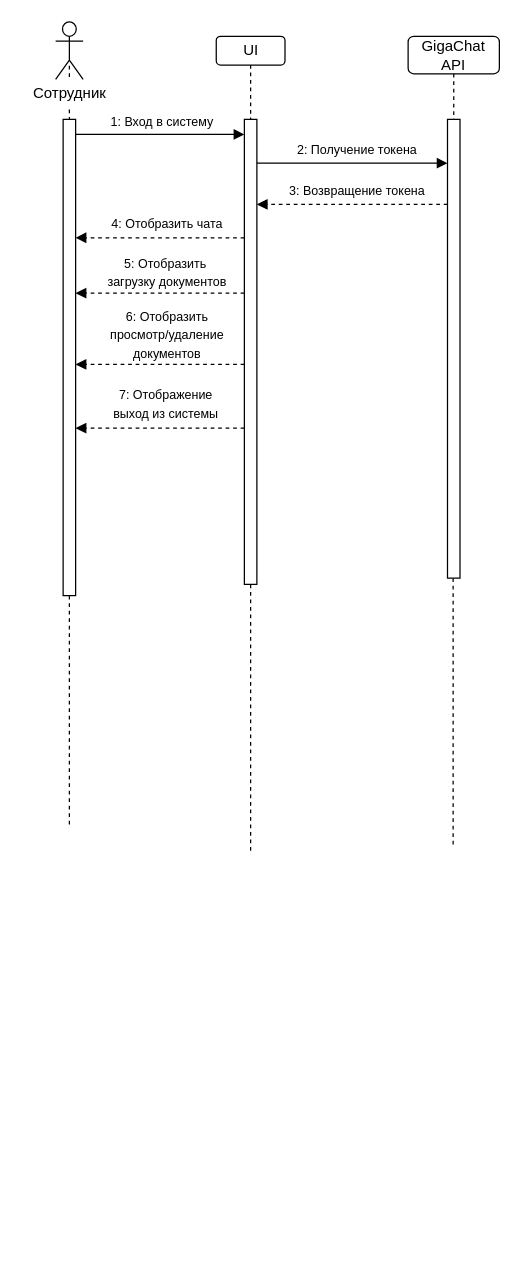
The draw.io diagram page "последовательности" (2 of 2) of 4 FOURTH COURSE/Semester 8/Диплом/Диаграмма без названия.drawio in egorbeckish/Baccalaureate, before the edit. Source tidied: cells renumbered, new cells numbered last; positions are measured from the earlier drawing's top-left corner, leaving out a move shared by most shapes. Both pictures are drawn from the tidied source at 125%, with x=0, y=0 at pixel (21, 21).
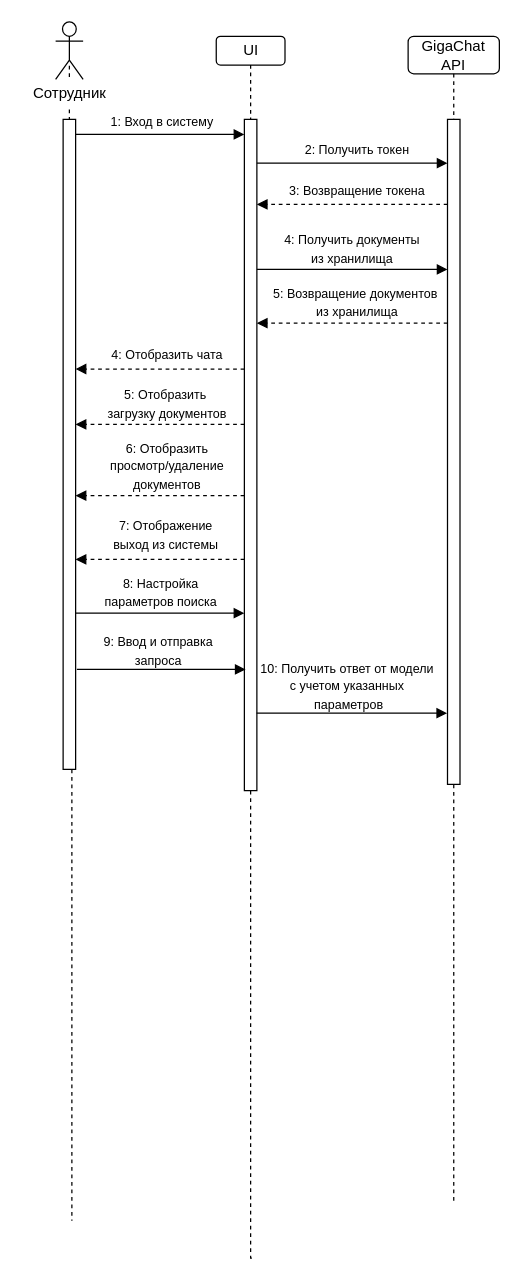
Above is the later version.

The edit, as a diff of the source:
```diff
@@
     <mxCell id="4" style="edgeStyle=orthogonalEdgeStyle;rounded=0;jettySize=auto;html=1;dashed=1;endArrow=none;startFill=0;" parent="1" edge="1" source="11">
       <mxGeometry relative="1" as="geometry">
-        <mxPoint x="38" y="643" as="targetPoint" />
+        <mxPoint x="40" y="959" as="targetPoint" />
         <Array as="points">
-          <mxPoint x="38" y="326" />
-          <mxPoint x="39" y="326" />
-          <mxPoint x="39" y="490" />
+          <mxPoint x="40" y="672" />
+          <mxPoint x="40" y="672" />
         </Array>
       </mxGeometry>
     </mxCell>
@@
     <mxCell id="6" style="edgeStyle=orthogonalEdgeStyle;rounded=0;jettySize=auto;html=1;dashed=1;endArrow=none;startFill=0;" parent="1" edge="1" source="13">
       <mxGeometry relative="1" as="geometry">
-        <mxPoint x="183" y="665" as="targetPoint" />
+        <mxPoint x="186" y="989" as="targetPoint" />
         <Array as="points">
           <mxPoint x="183" y="514" />
         </Array>
       </mxGeometry>
     </mxCell>
@@
     <mxCell id="8" style="edgeStyle=orthogonalEdgeStyle;rounded=0;jettySize=auto;html=1;endArrow=none;startFill=0;dashed=1;" parent="1" edge="1" source="15">
       <mxGeometry relative="1" as="geometry">
-        <mxPoint x="345" y="660" as="targetPoint" />
+        <mxPoint x="347" y="943" as="targetPoint" />
         <Array as="points">
           <mxPoint x="345" y="482" />
         </Array>
       </mxGeometry>
     </mxCell>
@@
     <mxCell id="11" style="html=1;points=[[0,0,0,0,5],[0,1,0,0,-5],[1,0,0,0,5],[1,1,0,0,-5]];perimeter=orthogonalPerimeter;outlineConnect=0;targetShapes=umlLifeline;portConstraint=eastwest;newEdgeStyle={&quot;curved&quot;:0,&quot;rounded&quot;:0};" parent="1" vertex="1">
-      <mxGeometry x="33" y="78" width="10" height="381" as="geometry" />
+      <mxGeometry x="33" y="78" width="10" height="520" as="geometry" />
     </mxCell>
@@
     <mxCell id="13" style="html=1;points=[[0,0,0,0,5],[0,1,0,0,-5],[1,0,0,0,5],[1,1,0,0,-5]];perimeter=orthogonalPerimeter;outlineConnect=0;targetShapes=umlLifeline;portConstraint=eastwest;newEdgeStyle={&quot;curved&quot;:0,&quot;rounded&quot;:0};" parent="1" vertex="1">
-      <mxGeometry x="178" y="78" width="10" height="372" as="geometry" />
+      <mxGeometry x="178" y="78" width="10" height="537" as="geometry" />
     </mxCell>
@@
     <mxCell id="15" style="html=1;points=[[0,0,0,0,5],[0,1,0,0,-5],[1,0,0,0,5],[1,1,0,0,-5]];perimeter=orthogonalPerimeter;outlineConnect=0;targetShapes=umlLifeline;portConstraint=eastwest;newEdgeStyle={&quot;curved&quot;:0,&quot;rounded&quot;:0};" parent="1" vertex="1">
-      <mxGeometry x="340.5" y="78" width="10" height="367" as="geometry" />
+      <mxGeometry x="340.5" y="78" width="10" height="532" as="geometry" />
     </mxCell>
@@
-    <mxCell id="21" value="&lt;font style=&quot;font-size: 10px;&quot;&gt;2: Получение токена&lt;/font&gt;" style="text;html=1;align=center;verticalAlign=middle;strokeColor=none;fillColor=none;" parent="1" vertex="1">
-      <mxGeometry x="210.5" y="89" width="114" height="26" as="geometry" />
+    <mxCell id="21" value="&lt;font style=&quot;font-size: 10px;&quot;&gt;2: Получить токен&lt;/font&gt;" style="text;html=1;align=center;verticalAlign=middle;strokeColor=none;fillColor=none;" parent="1" vertex="1">
+      <mxGeometry x="217.5" y="89" width="101" height="26" as="geometry" />
     </mxCell>
     <mxCell id="22" style="endArrow=block;html=1;rounded=0;endFill=1;dashed=1;entryX=1;entryY=0.351;entryDx=0;entryDy=0;entryPerimeter=0;" parent="1" edge="1">
       <mxGeometry relative="1" as="geometry">
-        <mxPoint x="178" y="172.7" as="sourcePoint" />
-        <mxPoint x="43" y="172.7" as="targetPoint" />
+        <mxPoint x="178" y="277.7" as="sourcePoint" />
+        <mxPoint x="43" y="277.7" as="targetPoint" />
       </mxGeometry>
     </mxCell>
     <mxCell id="23" value="&lt;font style=&quot;font-size: 10px;&quot;&gt;4: Отобразить чата&lt;/font&gt;" style="text;html=1;align=center;verticalAlign=middle;strokeColor=none;fillColor=none;" parent="1" vertex="1">
-      <mxGeometry x="62" y="148" width="107" height="26" as="geometry" />
+      <mxGeometry x="62" y="253" width="107" height="26" as="geometry" />
     </mxCell>
     <mxCell id="24" style="endArrow=block;html=1;rounded=0;endFill=1;dashed=1;entryX=1;entryY=0.351;entryDx=0;entryDy=0;entryPerimeter=0;" parent="1" edge="1">
       <mxGeometry relative="1" as="geometry">
-        <mxPoint x="178" y="217" as="sourcePoint" />
-        <mxPoint x="43" y="217" as="targetPoint" />
+        <mxPoint x="178" y="322" as="sourcePoint" />
+        <mxPoint x="43" y="322" as="targetPoint" />
       </mxGeometry>
     </mxCell>
     <mxCell id="25" value="&lt;font style=&quot;font-size: 10px;&quot;&gt;5: Отобразить&amp;nbsp;&lt;/font&gt;&lt;div&gt;&lt;font style=&quot;font-size: 10px;&quot;&gt;загрузку документов&lt;/font&gt;&lt;/div&gt;" style="text;html=1;align=center;verticalAlign=middle;strokeColor=none;fillColor=none;" parent="1" vertex="1">
-      <mxGeometry x="59" y="179" width="113" height="41" as="geometry" />
+      <mxGeometry x="59" y="284" width="113" height="41" as="geometry" />
     </mxCell>
     <mxCell id="26" style="endArrow=block;html=1;rounded=0;endFill=1;dashed=1;entryX=1;entryY=0.351;entryDx=0;entryDy=0;entryPerimeter=0;" parent="1" edge="1">
       <mxGeometry relative="1" as="geometry">
-        <mxPoint x="178" y="274" as="sourcePoint" />
-        <mxPoint x="43" y="274" as="targetPoint" />
+        <mxPoint x="178" y="379" as="sourcePoint" />
+        <mxPoint x="43" y="379" as="targetPoint" />
       </mxGeometry>
     </mxCell>
     <mxCell id="27" value="&lt;font style=&quot;font-size: 10px;&quot;&gt;6: Отобразить&lt;/font&gt;&lt;div&gt;&lt;font style=&quot;font-size: 10px;&quot;&gt;просмотр/удаление&lt;/font&gt;&lt;/div&gt;&lt;div&gt;&lt;font style=&quot;font-size: 10px;&quot;&gt;документов&lt;/font&gt;&lt;/div&gt;" style="text;html=1;align=center;verticalAlign=middle;strokeColor=none;fillColor=none;" parent="1" vertex="1">
-      <mxGeometry x="61" y="222" width="109" height="55" as="geometry" />
+      <mxGeometry x="61" y="327" width="109" height="55" as="geometry" />
     </mxCell>
     <mxCell id="28" style="endArrow=block;html=1;rounded=0;endFill=1;dashed=1;entryX=1;entryY=0.351;entryDx=0;entryDy=0;entryPerimeter=0;" parent="1" edge="1">
       <mxGeometry relative="1" as="geometry">
-        <mxPoint x="178" y="325" as="sourcePoint" />
-        <mxPoint x="43" y="325" as="targetPoint" />
+        <mxPoint x="178" y="430" as="sourcePoint" />
+        <mxPoint x="43" y="430" as="targetPoint" />
       </mxGeometry>
     </mxCell>
     <mxCell id="29" value="&lt;font style=&quot;font-size: 10px;&quot;&gt;7: Отображение&lt;/font&gt;&lt;div&gt;&lt;font style=&quot;font-size: 10px;&quot;&gt;выход из системы&lt;/font&gt;&lt;/div&gt;" style="text;html=1;align=center;verticalAlign=middle;strokeColor=none;fillColor=none;" parent="1" vertex="1">
-      <mxGeometry x="64" y="284" width="102" height="41" as="geometry" />
+      <mxGeometry x="64" y="389" width="102" height="41" as="geometry" />
     </mxCell>
+    <mxCell id="30" style="endArrow=block;html=1;rounded=0;endFill=1;" parent="1" edge="1">
+      <mxGeometry relative="1" as="geometry">
+        <mxPoint x="188" y="198" as="sourcePoint" />
+        <mxPoint x="340.5" y="198" as="targetPoint" />
+      </mxGeometry>
+    </mxCell>
+    <mxCell id="31" value="&lt;font style=&quot;font-size: 10px;&quot;&gt;4: Получить&amp;nbsp;&lt;/font&gt;&lt;span style=&quot;font-size: 10px; background-color: transparent; color: light-dark(rgb(0, 0, 0), rgb(255, 255, 255));&quot;&gt;документы&lt;/span&gt;&lt;div&gt;&lt;span style=&quot;font-size: 10px; background-color: transparent; color: light-dark(rgb(0, 0, 0), rgb(255, 255, 255));&quot;&gt;из хранилища&lt;/span&gt;&lt;/div&gt;" style="text;html=1;align=center;verticalAlign=middle;strokeColor=none;fillColor=none;" parent="1" vertex="1">
+      <mxGeometry x="201" y="160" width="126" height="41" as="geometry" />
+    </mxCell>
+    <mxCell id="32" style="endArrow=block;html=1;rounded=0;endFill=1;dashed=1;" parent="1" edge="1">
+      <mxGeometry relative="1" as="geometry">
+        <mxPoint x="340.5" y="241" as="sourcePoint" />
+        <mxPoint x="188" y="241" as="targetPoint" />
+      </mxGeometry>
+    </mxCell>
+    <mxCell id="33" value="&lt;font style=&quot;font-size: 10px;&quot;&gt;5: Возвращение документов&amp;nbsp;&lt;/font&gt;&lt;div&gt;&lt;font style=&quot;font-size: 10px;&quot;&gt;из хранилища&lt;/font&gt;&lt;/div&gt;" style="text;html=1;align=center;verticalAlign=middle;strokeColor=none;fillColor=none;" parent="1" vertex="1">
+      <mxGeometry x="192" y="203" width="152" height="41" as="geometry" />
+    </mxCell>
+    <mxCell id="34" style="endArrow=block;html=1;rounded=0;endFill=1;entryX=0;entryY=0.071;entryDx=0;entryDy=0;entryPerimeter=0;" parent="1" edge="1">
+      <mxGeometry relative="1" as="geometry">
+        <mxPoint x="43" y="473" as="sourcePoint" />
+        <mxPoint x="178" y="473" as="targetPoint" />
+      </mxGeometry>
+    </mxCell>
+    <mxCell id="35" value="&lt;font style=&quot;font-size: 10px;&quot;&gt;8: Настройка&lt;/font&gt;&lt;div&gt;&lt;font style=&quot;font-size: 10px;&quot;&gt;параметров поиска&lt;/font&gt;&lt;/div&gt;" style="text;html=1;align=center;verticalAlign=middle;strokeColor=none;fillColor=none;" parent="1" vertex="1">
+      <mxGeometry x="56.5" y="435" width="108" height="41" as="geometry" />
+    </mxCell>
+    <mxCell id="36" style="endArrow=block;html=1;rounded=0;endFill=1;entryX=0;entryY=0.071;entryDx=0;entryDy=0;entryPerimeter=0;" parent="1" edge="1">
+      <mxGeometry relative="1" as="geometry">
+        <mxPoint x="44" y="518" as="sourcePoint" />
+        <mxPoint x="179" y="518" as="targetPoint" />
+      </mxGeometry>
+    </mxCell>
+    <mxCell id="37" value="&lt;font style=&quot;font-size: 10px;&quot;&gt;9: Ввод и отправка&lt;/font&gt;&lt;div&gt;&lt;font style=&quot;font-size: 10px;&quot;&gt;запроса&lt;/font&gt;&lt;/div&gt;" style="text;html=1;align=center;verticalAlign=middle;strokeColor=none;fillColor=none;" parent="1" vertex="1">
+      <mxGeometry x="56.5" y="482" width="105" height="41" as="geometry" />
+    </mxCell>
+    <mxCell id="38" style="endArrow=block;html=1;rounded=0;endFill=1;" parent="1" edge="1">
+      <mxGeometry relative="1" as="geometry">
+        <mxPoint x="187.8" y="553" as="sourcePoint" />
+        <mxPoint x="340.2" y="553" as="targetPoint" />
+      </mxGeometry>
+    </mxCell>
+    <mxCell id="39" value="&lt;font style=&quot;font-size: 10px;&quot;&gt;10: Получить ответ от модели&lt;/font&gt;&lt;div&gt;&lt;font style=&quot;font-size: 10px;&quot;&gt;с учетом указанных&lt;/font&gt;&lt;/div&gt;&lt;div&gt;&lt;font style=&quot;font-size: 10px;&quot;&gt;&amp;nbsp;параметров&lt;/font&gt;&lt;/div&gt;" style="text;html=1;align=center;verticalAlign=middle;strokeColor=none;fillColor=none;" parent="1" vertex="1">
+      <mxGeometry x="181" y="503" width="157" height="55" as="geometry" />
+    </mxCell>
```
